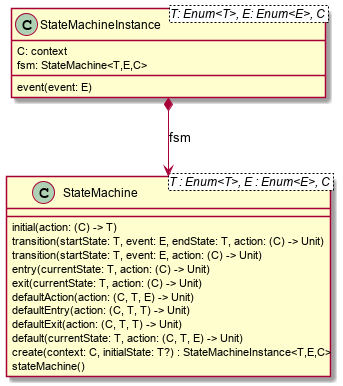
open-jumpco/kfsm keeps this PlantUML diagram as src/doc/asciidoc/statemachine_model.png. Above is the earlier version.
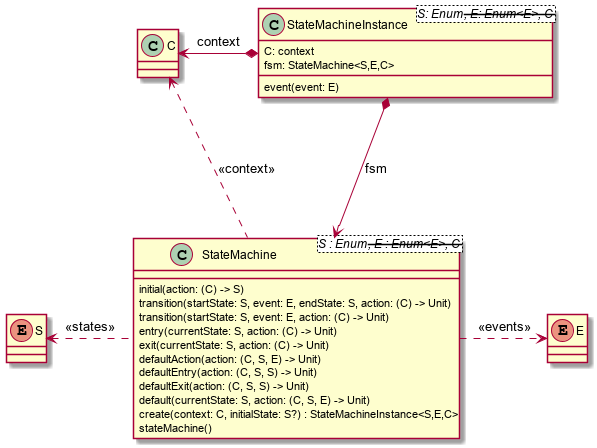
Above is the later version.

Commit message:
improved diagrams

The edit, as a diff of the source:
```diff
@@ -1,27 +1,36 @@
 @startuml
 
+class C {
+}
+enum S {
+}
+enum E {
+}
 
-class StateMachine<T : Enum<T>, E : Enum<E>, C> {
-    initial(action: (C) -> T)
-    transition(startState: T, event: E, endState: T, action: (C) -> Unit)
-    transition(startState: T, event: E, action: (C) -> Unit)
-    entry(currentState: T, action: (C) -> Unit)
-    exit(currentState: T, action: (C) -> Unit)
-    defaultAction(action: (C, T, E) -> Unit)
-    defaultEntry(action: (C, T, T) -> Unit)
-    defaultExit(action: (C, T, T) -> Unit)
-    default(currentState: T, action: (C, T, E) -> Unit)
-    create(context: C, initialState: T?) : StateMachineInstance<T,E,C>
+class StateMachine<S : Enum<S>, E : Enum<E>, C> {
+    initial(action: (C) -> S)
+    transition(startState: S, event: E, endState: S, action: (C) -> Unit)
+    transition(startState: S, event: E, action: (C) -> Unit)
+    entry(currentState: S, action: (C) -> Unit)
+    exit(currentState: S, action: (C) -> Unit)
+    defaultAction(action: (C, S, E) -> Unit)
+    defaultEntry(action: (C, S, S) -> Unit)
+    defaultExit(action: (C, S, S) -> Unit)
+    default(currentState: S, action: (C, S, E) -> Unit)
+    create(context: C, initialState: S?) : StateMachineInstance<S,E,C>
     stateMachine()
 }
 
-class StateMachineInstance<T: Enum<T>, E: Enum<E>, C> {
+class StateMachineInstance<S: Enum<S>, E: Enum<E>, C> {
     C: context
-    fsm: StateMachine<T,E,C>
+    fsm: StateMachine<S,E,C>
     event(event: E)
 }
+StateMachine .left.> S : <<states>>
+StateMachine .right.> E : <<events>>
+StateMachine .up.> C : <<context>>
 
-StateMachineInstance *--> StateMachine : fsm
-
+StateMachineInstance *---> StateMachine : fsm
+StateMachineInstance *-left-> C : context
 
 @enduml
```
